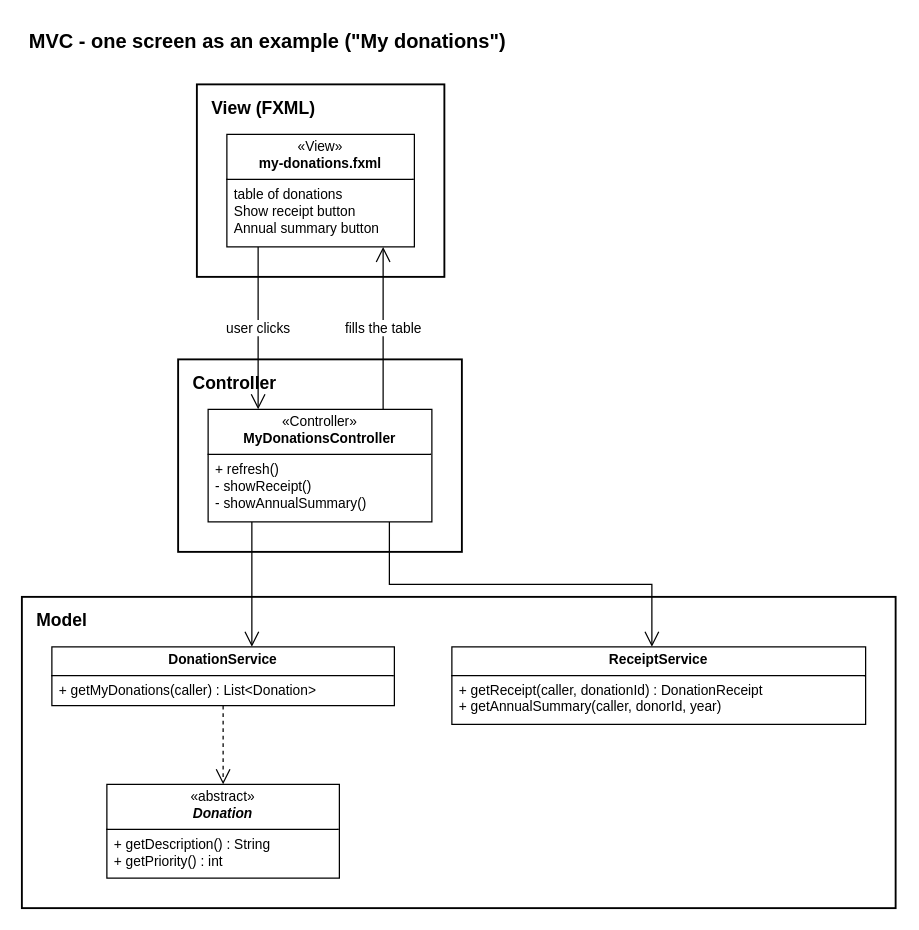
This is docs/diagrams/06-mvc.drawio from mohamedyehiaaa4/charity_system_dp_project, a draw.io file, before an edit. Source tidied: cells renumbered, new cells numbered last; positions are measured from the earlier drawing's top-left corner, leaving out a move shared by most shapes. Both pictures are drawn from the tidied source at 125%, with x=0, y=0 at pixel (21, 21).
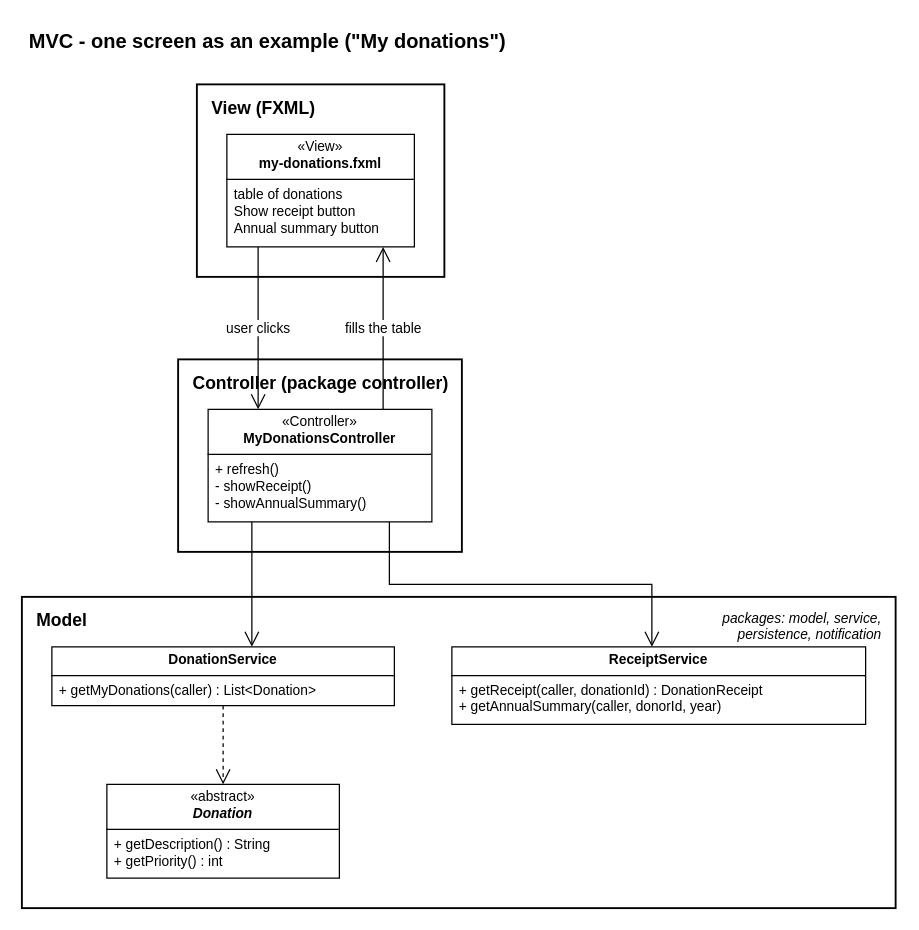
After the change.

The edit, as a diff of the source:
```diff
@@
 <mxGraphModel background="#FFFFFF">
   <root>
     <mxCell id="0" />
     <mxCell id="1" parent="0" />
     <mxCell id="2" value="MVC - one screen as an example (&quot;My donations&quot;)" style="text;html=1;align=left;verticalAlign=middle;fontStyle=1;fontSize=16;fontFamily=Arial;" parent="1" vertex="1">
       <mxGeometry x="4" width="443" height="30" as="geometry" />
     </mxCell>
     <mxCell id="3" value="View (FXML)" style="rounded=0;whiteSpace=wrap;html=1;fillColor=none;strokeColor=#000000;strokeWidth=1.5;verticalAlign=top;align=left;spacingLeft=10;spacingTop=4;fontStyle=1;fontSize=14;fontFamily=Arial;" parent="1" vertex="1">
       <mxGeometry x="140" y="50" width="198" height="154" as="geometry" />
     </mxCell>
-    <mxCell id="4" value="Controller" style="rounded=0;whiteSpace=wrap;html=1;fillColor=none;strokeColor=#000000;strokeWidth=1.5;verticalAlign=top;align=left;spacingLeft=10;spacingTop=4;fontStyle=1;fontSize=14;fontFamily=Arial;" parent="1" vertex="1">
+    <mxCell id="4" value="Controller (package controller)" style="rounded=0;whiteSpace=wrap;html=1;fillColor=none;strokeColor=#000000;strokeWidth=1.5;verticalAlign=top;align=left;spacingLeft=10;spacingTop=4;fontStyle=1;fontSize=14;fontFamily=Arial;" parent="1" vertex="1">
       <mxGeometry x="125" y="270" width="227" height="154" as="geometry" />
     </mxCell>
     <mxCell id="5" value="Model" style="rounded=0;whiteSpace=wrap;html=1;fillColor=none;strokeColor=#000000;strokeWidth=1.5;verticalAlign=top;align=left;spacingLeft=10;spacingTop=4;fontStyle=1;fontSize=14;fontFamily=Arial;" parent="1" vertex="1">
       <mxGeometry y="460" width="699" height="249" as="geometry" />
     </mxCell>
+    <mxCell id="16" value="packages: model, service,&lt;br&gt;persistence, notification" style="text;html=1;align=right;verticalAlign=top;fontFamily=Arial;fontSize=11;fontStyle=2;" parent="1" vertex="1">
+      <mxGeometry x="519" y="464" width="170" height="32" as="geometry" />
+    </mxCell>
     <mxCell id="6" value="user clicks" style="edgeStyle=orthogonalEdgeStyle;rounded=0;jettySize=auto;html=1;jumpStyle=arc;jumpSize=8;fontFamily=Arial;fontSize=11;strokeColor=#000000;endArrow=open;endFill=0;endSize=10;exitX=0.1667;exitY=1.0;exitDx=0;exitDy=0;entryX=0.2235;entryY=0.0;entryDx=0;entryDy=0;labelBackgroundColor=#FFFFFF;" parent="1" edge="1" source="11" target="12">
       <mxGeometry relative="1" as="geometry" />
     </mxCell>
     <mxCell id="7" value="fills the table" style="edgeStyle=orthogonalEdgeStyle;rounded=0;jettySize=auto;html=1;jumpStyle=arc;jumpSize=8;fontFamily=Arial;fontSize=11;strokeColor=#000000;endArrow=open;endFill=0;endSize=10;exitX=0.7821;exitY=0.0;exitDx=0;exitDy=0;entryX=0.8333;entryY=1.0;entryDx=0;entryDy=0;labelBackgroundColor=#FFFFFF;" parent="1" edge="1" source="12" target="11">
       <mxGeometry relative="1" as="geometry" />
     </mxCell>
     <mxCell id="8" style="edgeStyle=orthogonalEdgeStyle;rounded=0;jettySize=auto;html=1;jumpStyle=arc;jumpSize=8;fontFamily=Arial;fontSize=11;strokeColor=#000000;endArrow=open;endFill=0;endSize=10;exitX=0.1955;exitY=1.0;exitDx=0;exitDy=0;entryX=0.5839;entryY=0.0;entryDx=0;entryDy=0;labelBackgroundColor=#FFFFFF;" parent="1" edge="1" source="12" target="13">
       <mxGeometry relative="1" as="geometry" />
     </mxCell>
     <mxCell id="9" style="edgeStyle=orthogonalEdgeStyle;rounded=0;jettySize=auto;html=1;jumpStyle=arc;jumpSize=8;fontFamily=Arial;fontSize=11;strokeColor=#000000;endArrow=open;endFill=0;endSize=10;exitX=0.8101;exitY=1.0;exitDx=0;exitDy=0;entryX=0.4834;entryY=0.0;entryDx=0;entryDy=0;labelBackgroundColor=#FFFFFF;" parent="1" edge="1" source="12" target="14">
       <mxGeometry relative="1" as="geometry">
         <Array as="points">
           <mxPoint x="294" y="450" />
           <mxPoint x="504" y="450" />
         </Array>
       </mxGeometry>
     </mxCell>
     <mxCell id="10" style="edgeStyle=orthogonalEdgeStyle;rounded=0;jettySize=auto;html=1;jumpStyle=arc;jumpSize=8;fontFamily=Arial;fontSize=11;strokeColor=#000000;endArrow=open;endFill=0;endSize=10;dashed=1;exitX=0.5;exitY=1.0;exitDx=0;exitDy=0;entryX=0.5;entryY=0.0;entryDx=0;entryDy=0;labelBackgroundColor=#FFFFFF;" parent="1" edge="1" source="13" target="15">
       <mxGeometry relative="1" as="geometry" />
     </mxCell>
     <mxCell id="11" value="&lt;p style=&quot;margin:0;margin-top:4px;text-align:center;&quot;&gt;&amp;laquo;View&amp;raquo;&lt;br&gt;&lt;b&gt;my-donations.fxml&lt;/b&gt;&lt;/p&gt;&lt;hr size=&quot;1&quot; style=&quot;border-style:solid;&quot;&gt;&lt;p style=&quot;margin:0;margin-left:6px;&quot;&gt;table of donations&lt;br&gt;Show receipt button&lt;br&gt;Annual summary button&lt;/p&gt;" style="verticalAlign=top;align=left;overflow=fill;html=1;whiteSpace=wrap;fontFamily=Arial;fontSize=11;fillColor=#FFFFFF;strokeColor=#000000;" parent="1" vertex="1">
       <mxGeometry x="164" y="90" width="150" height="90" as="geometry" />
     </mxCell>
     <mxCell id="12" value="&lt;p style=&quot;margin:0;margin-top:4px;text-align:center;&quot;&gt;&amp;laquo;Controller&amp;raquo;&lt;br&gt;&lt;b&gt;MyDonationsController&lt;/b&gt;&lt;/p&gt;&lt;hr size=&quot;1&quot; style=&quot;border-style:solid;&quot;&gt;&lt;p style=&quot;margin:0;margin-left:6px;&quot;&gt;+ refresh()&lt;br&gt;- showReceipt()&lt;br&gt;- showAnnualSummary()&lt;/p&gt;" style="verticalAlign=top;align=left;overflow=fill;html=1;whiteSpace=wrap;fontFamily=Arial;fontSize=11;fillColor=#FFFFFF;strokeColor=#000000;" parent="1" vertex="1">
       <mxGeometry x="149" y="310" width="179" height="90" as="geometry" />
     </mxCell>
     <mxCell id="13" value="&lt;p style=&quot;margin:0;margin-top:4px;text-align:center;&quot;&gt;&lt;b&gt;DonationService&lt;/b&gt;&lt;/p&gt;&lt;hr size=&quot;1&quot; style=&quot;border-style:solid;&quot;&gt;&lt;p style=&quot;margin:0;margin-left:6px;&quot;&gt;+ getMyDonations(caller) : List&amp;lt;Donation&amp;gt;&lt;/p&gt;" style="verticalAlign=top;align=left;overflow=fill;html=1;whiteSpace=wrap;fontFamily=Arial;fontSize=11;fillColor=#FFFFFF;strokeColor=#000000;" parent="1" vertex="1">
       <mxGeometry x="24" y="500" width="274" height="47" as="geometry" />
     </mxCell>
     <mxCell id="14" value="&lt;p style=&quot;margin:0;margin-top:4px;text-align:center;&quot;&gt;&lt;b&gt;ReceiptService&lt;/b&gt;&lt;/p&gt;&lt;hr size=&quot;1&quot; style=&quot;border-style:solid;&quot;&gt;&lt;p style=&quot;margin:0;margin-left:6px;&quot;&gt;+ getReceipt(caller, donationId) : DonationReceipt&lt;br&gt;+ getAnnualSummary(caller, donorId, year)&lt;/p&gt;" style="verticalAlign=top;align=left;overflow=fill;html=1;whiteSpace=wrap;fontFamily=Arial;fontSize=11;fillColor=#FFFFFF;strokeColor=#000000;" parent="1" vertex="1">
       <mxGeometry x="344" y="500" width="331" height="62" as="geometry" />
     </mxCell>
     <mxCell id="15" value="&lt;p style=&quot;margin:0;margin-top:4px;text-align:center;&quot;&gt;&amp;laquo;abstract&amp;raquo;&lt;br&gt;&lt;b&gt;&lt;i&gt;Donation&lt;/i&gt;&lt;/b&gt;&lt;/p&gt;&lt;hr size=&quot;1&quot; style=&quot;border-style:solid;&quot;&gt;&lt;p style=&quot;margin:0;margin-left:6px;&quot;&gt;+ getDescription() : String&lt;br&gt;+ getPriority() : int&lt;/p&gt;" style="verticalAlign=top;align=left;overflow=fill;html=1;whiteSpace=wrap;fontFamily=Arial;fontSize=11;fillColor=#FFFFFF;strokeColor=#000000;" parent="1" vertex="1">
       <mxGeometry x="68" y="610" width="186" height="75" as="geometry" />
     </mxCell>
   </root>
 </mxGraphModel>
```
